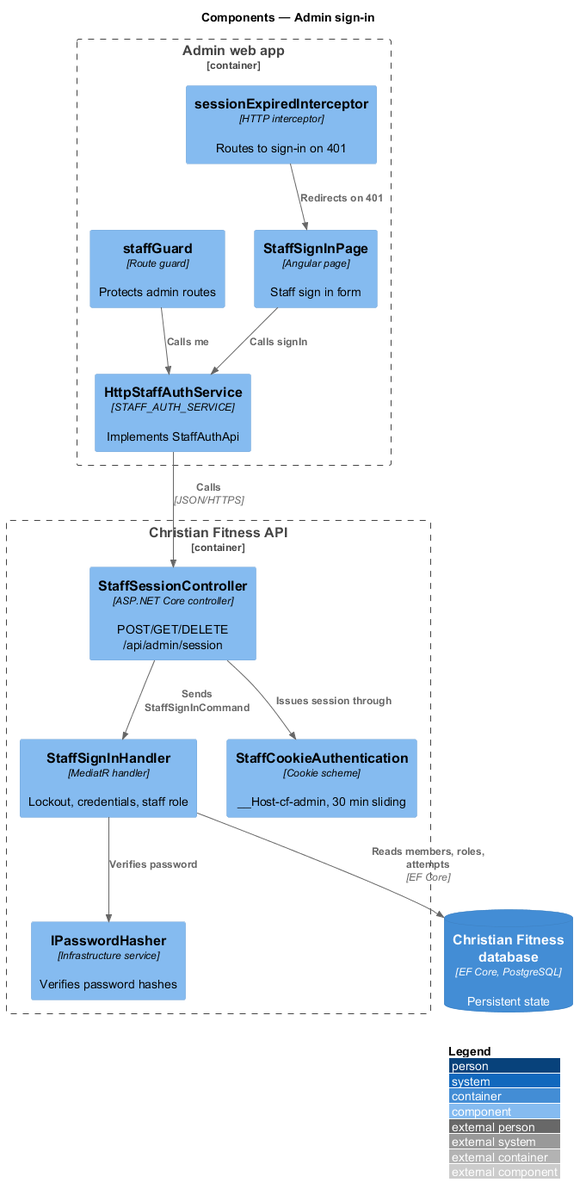
The PlantUML diagram docs/detailed-designs/admin-access/admin-sign-in/diagrams/c4-component.png in QuinntyneBrown/christian-fitness, before a commit.
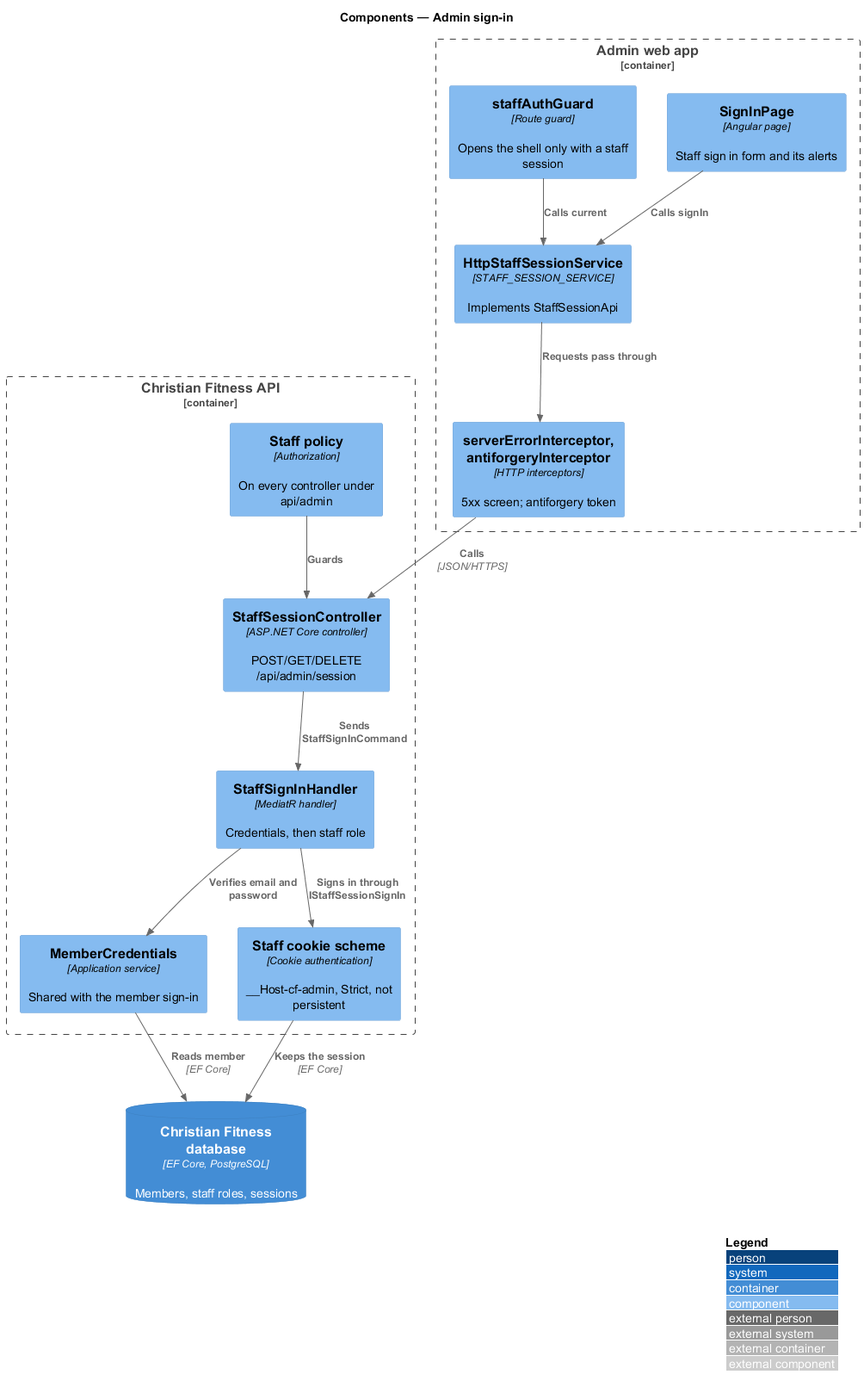
Later version of the same file.

The edit, as a diff of the source:
```diff
@@ -4,25 +4,28 @@
 title Components — Admin sign-in
 
 Container_Boundary(admin, "Admin web app") {
-  Component(page, "StaffSignInPage", "Angular page", "Staff sign in form")
-  Component(svc, "HttpStaffAuthService", "STAFF_AUTH_SERVICE", "Implements StaffAuthApi")
-  Component(guard, "staffGuard", "Route guard", "Protects admin routes")
-  Component(icpt, "sessionExpiredInterceptor", "HTTP interceptor", "Routes to sign-in on 401")
+  Component(page, "SignInPage", "Angular page", "Staff sign in form and its alerts")
+  Component(svc, "HttpStaffSessionService", "STAFF_SESSION_SERVICE", "Implements StaffSessionApi")
+  Component(guard, "staffAuthGuard", "Route guard", "Opens the shell only with a staff session")
+  Component(icpt, "serverErrorInterceptor, antiforgeryInterceptor", "HTTP interceptors", "5xx screen; antiforgery token")
 }
 Container_Boundary(api, "Christian Fitness API") {
   Component(ctrl, "StaffSessionController", "ASP.NET Core controller", "POST/GET/DELETE /api/admin/session")
-  Component(handler, "StaffSignInHandler", "MediatR handler", "Lockout, credentials, staff role")
-  Component(hasher, "IPasswordHasher", "Infrastructure service", "Verifies password hashes")
-  Component(cookie, "StaffCookieAuthentication", "Cookie scheme", "__Host-cf-admin, 30 min sliding")
+  Component(policy, "Staff policy", "Authorization", "On every controller under api/admin")
+  Component(handler, "StaffSignInHandler", "MediatR handler", "Credentials, then staff role")
+  Component(creds, "MemberCredentials", "Application service", "Shared with the member sign-in")
+  Component(cookie, "Staff cookie scheme", "Cookie authentication", "__Host-cf-admin, Strict, not persistent")
 }
-ContainerDb(db, "Christian Fitness database", "EF Core, PostgreSQL", "Persistent state")
+ContainerDb(db, "Christian Fitness database", "EF Core, PostgreSQL", "Members, staff roles, sessions")
 
 Rel(page, svc, "Calls signIn")
-Rel(guard, svc, "Calls me")
-Rel(svc, ctrl, "Calls", "JSON/HTTPS")
-Rel(icpt, page, "Redirects on 401")
+Rel(guard, svc, "Calls current")
+Rel(svc, icpt, "Requests pass through")
+Rel(icpt, ctrl, "Calls", "JSON/HTTPS")
+Rel(policy, ctrl, "Guards")
 Rel(ctrl, handler, "Sends StaffSignInCommand")
-Rel(handler, hasher, "Verifies password")
-Rel(ctrl, cookie, "Issues session through")
-Rel(handler, db, "Reads members, roles, attempts", "EF Core")
+Rel(handler, creds, "Verifies email and password")
+Rel(handler, cookie, "Signs in through IStaffSessionSignIn")
+Rel(creds, db, "Reads member", "EF Core")
+Rel(cookie, db, "Keeps the session", "EF Core")
 @enduml
```
